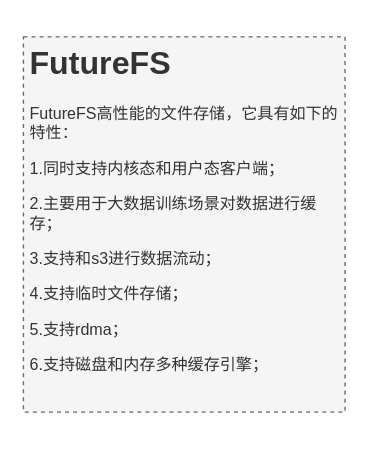
The draw.io diagram page "FutureFS" (5 of 5) of mind/mine.drawio in EarthWind/deeparch, before the edit. Source tidied: cells renumbered, new cells numbered last; positions are measured from the earlier drawing's top-left corner, leaving out a move shared by most shapes. Both pictures are drawn from the tidied source at 134%, with x=0, y=0 at pixel (23, 36).
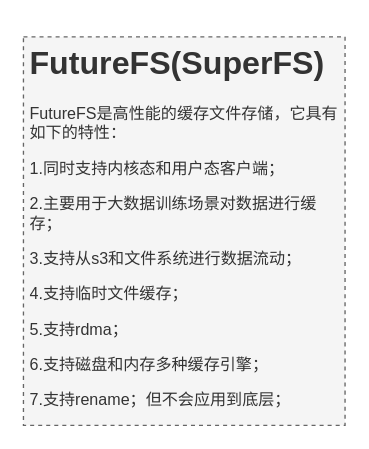
The same page after the edit.

Diff of the diagram source:
```diff
@@
 <mxGraphModel>
   <root>
     <mxCell id="0" />
     <mxCell id="1" parent="0" />
-    <mxCell id="2" value="&lt;h1&gt;FutureFS&lt;/h1&gt;&lt;p&gt;FutureFS高性能的文件存储，它具有如下的特性：&lt;/p&gt;&lt;p&gt;1.同时支持内核态和用户态客户端；&lt;/p&gt;&lt;p&gt;2.主要用于大数据训练场景对数据进行缓存；&lt;/p&gt;&lt;p&gt;3.支持和s3进行数据流动；&lt;/p&gt;&lt;p&gt;4.支持临时文件存储；&lt;/p&gt;&lt;p&gt;5.支持rdma；&lt;/p&gt;&lt;p&gt;6.支持磁盘和内存多种缓存引擎；&lt;/p&gt;" style="text;html=1;strokeColor=#666666;fillColor=#f5f5f5;spacing=5;spacingTop=-20;whiteSpace=wrap;overflow=hidden;rounded=0;dashed=1;fontColor=#333333;" parent="1" vertex="1">
-      <mxGeometry width="240" height="280" as="geometry" />
+    <mxCell id="2" value="&lt;h1&gt;FutureFS(SuperFS)&lt;/h1&gt;&lt;p&gt;FutureFS是高性能的缓存文件存储，它具有如下的特性：&lt;/p&gt;&lt;p&gt;1.同时支持内核态和用户态客户端；&lt;/p&gt;&lt;p&gt;2.主要用于大数据训练场景对数据进行缓存；&lt;/p&gt;&lt;p&gt;3.支持从s3和文件系统进行数据流动；&lt;/p&gt;&lt;p&gt;4.支持临时文件缓存；&lt;/p&gt;&lt;p&gt;5.支持rdma；&lt;/p&gt;&lt;p&gt;6.支持磁盘和内存多种缓存引擎；&lt;/p&gt;&lt;p&gt;7.支持rename；但不会应用到底层；&lt;/p&gt;" style="text;html=1;strokeColor=#666666;fillColor=#f5f5f5;spacing=5;spacingTop=-20;whiteSpace=wrap;overflow=hidden;rounded=0;dashed=1;fontColor=#333333;" parent="1" vertex="1">
+      <mxGeometry width="240" height="290" as="geometry" />
     </mxCell>
   </root>
 </mxGraphModel>
```
